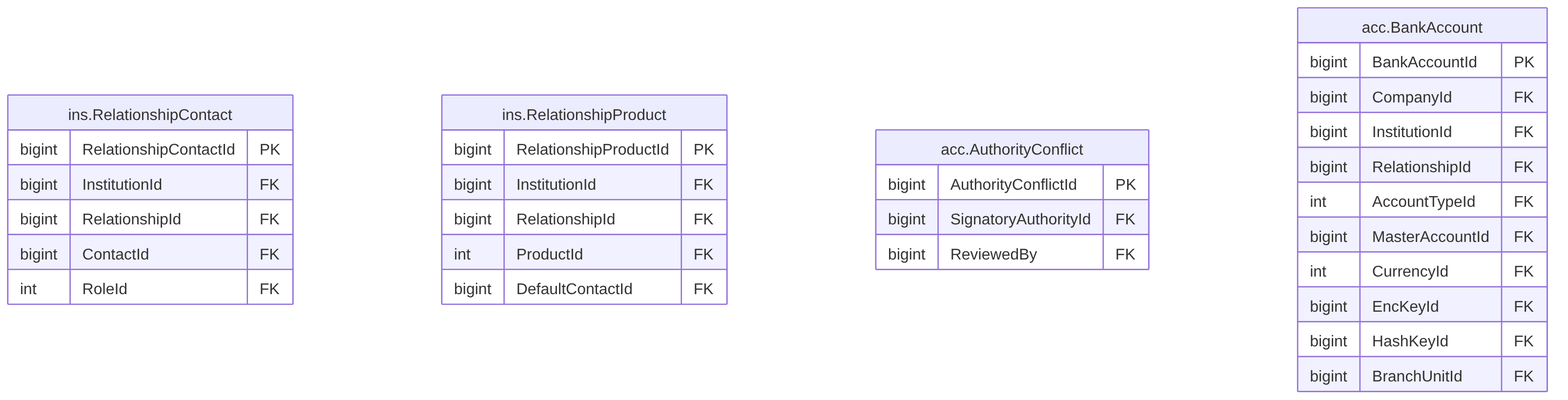
Above: treasury-platform/docs/diagrams/erd/m2_3_institutions_2.png in thawrasy/smartlines (Mermaid), before the change. Its source is kept beside it as treasury-platform/docs/diagrams/erd/m2_3_institutions_2.mmd.
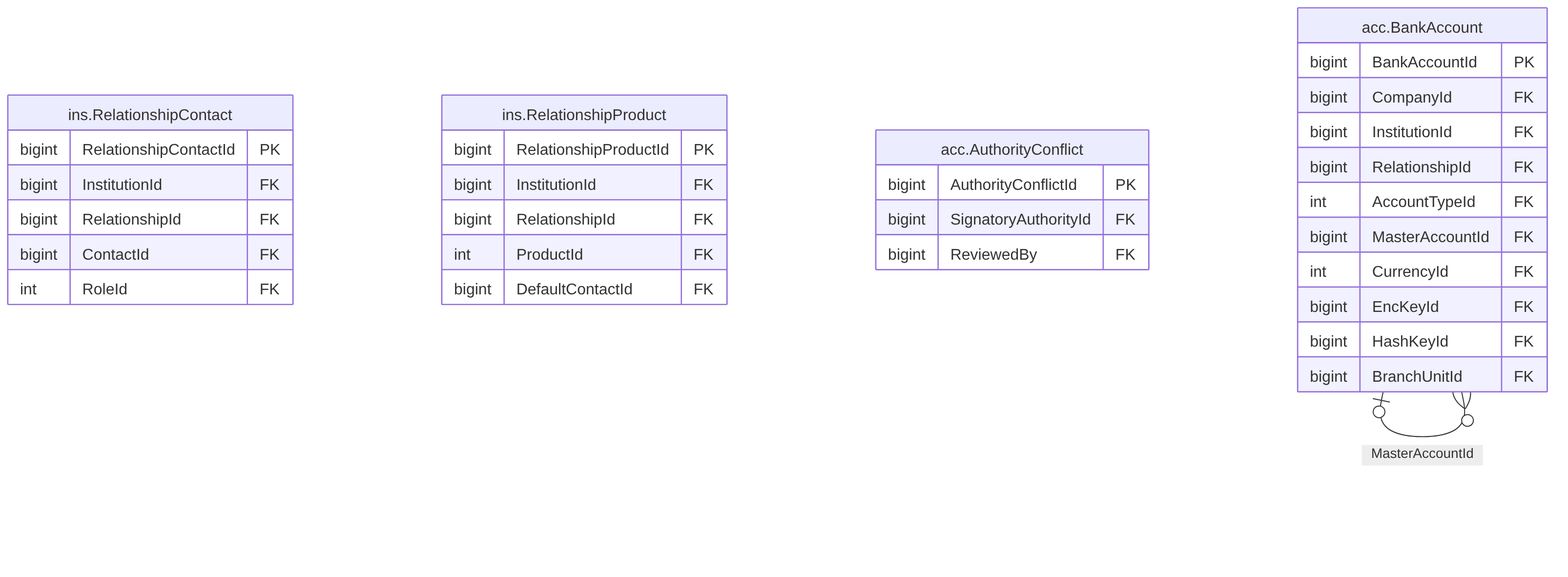
The same file after the commit.

The edit, as a diff of the source:
```diff
@@ -30,3 +30,4 @@
     bigint HashKeyId FK
     bigint BranchUnitId FK
   }
+  acc_BankAccount |o--o{ acc_BankAccount : "MasterAccountId"
```
